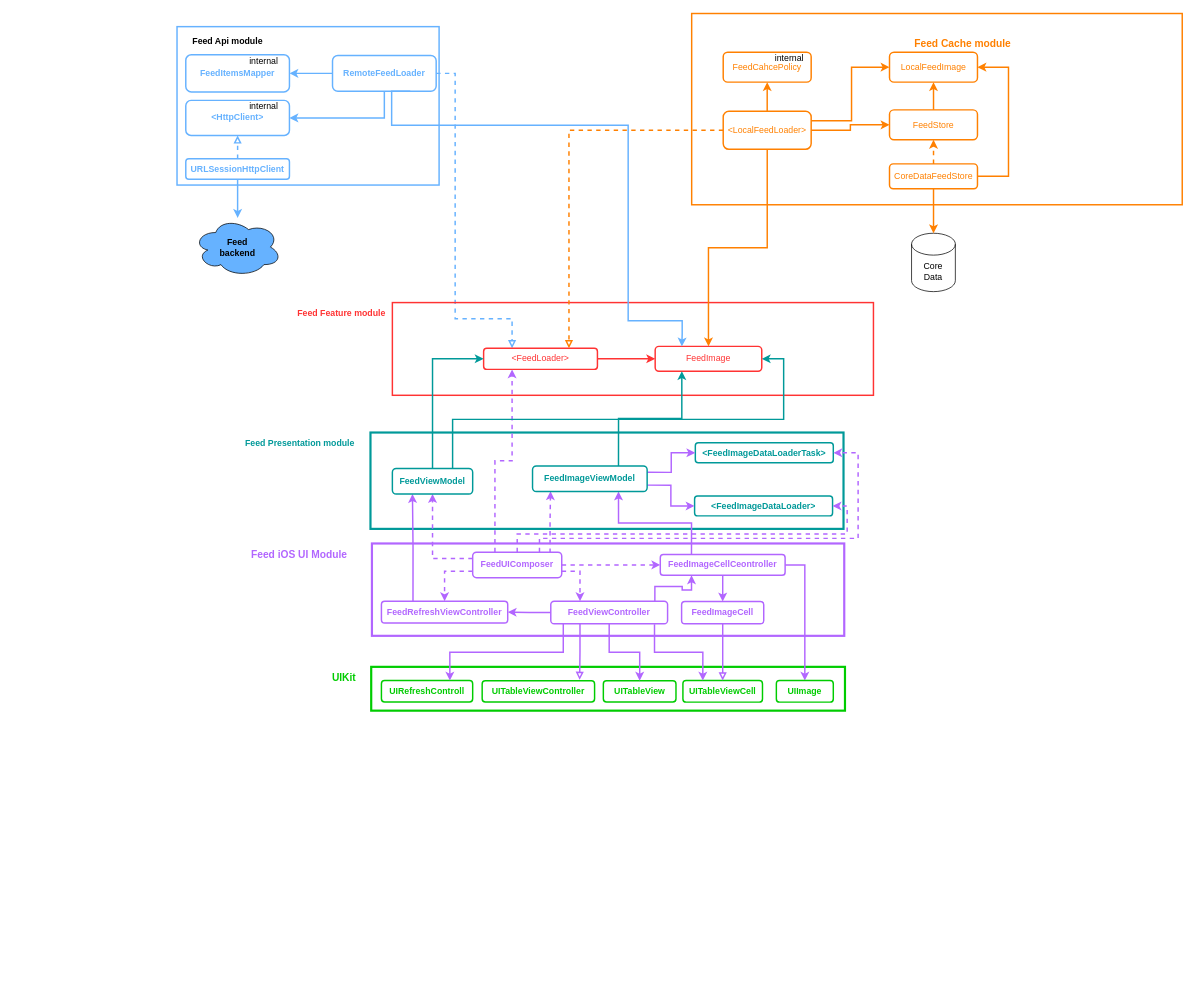
Above: FeedAppDiagram.drawio in ispiryan/FeedApp (draw.io), before the change. Source tidied: cells renumbered, new cells numbered last; positions are measured from the earlier drawing's top-left corner, leaving out a move shared by most shapes. Both pictures are drawn from the tidied source at 73%, with x=0, y=0 at pixel (177, 13).
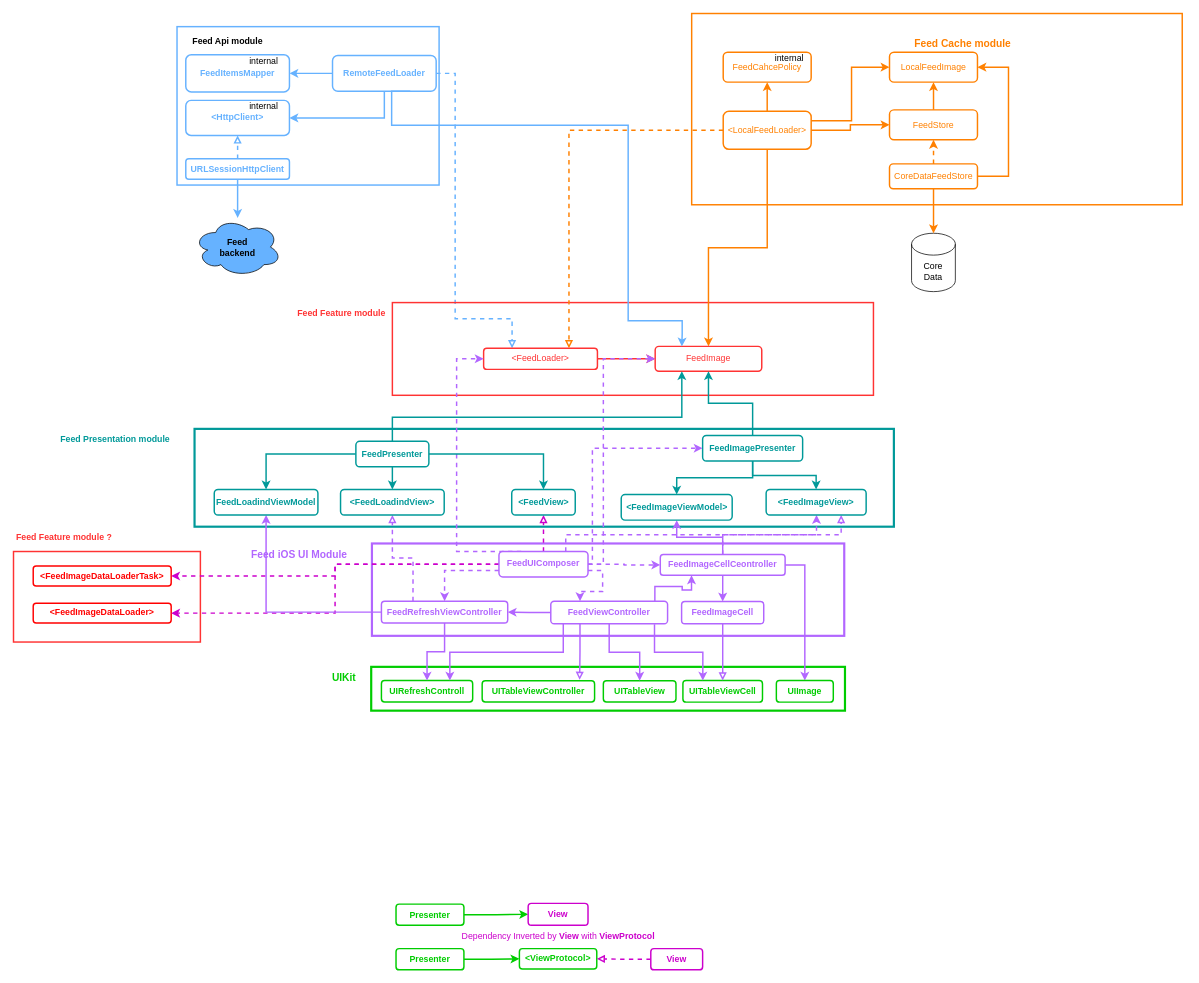
Above is the later version.

Unchanged cells that the change refers to:
```xml
<mxCell id="18" value="&amp;lt;FeedLoader&amp;gt;" style="rounded=1;whiteSpace=wrap;html=1;fontColor=#FF3333;strokeColor=#FF3333;strokeWidth=2;" parent="16" vertex="1">
  <mxGeometry x="125" y="62.5" width="155.9" height="29" as="geometry" />
</mxCell>
<mxCell id="19" value="FeedImage" style="rounded=1;whiteSpace=wrap;html=1;fontColor=#FF3333;strokeColor=#FF3333;strokeWidth=2;" parent="16" vertex="1">
  <mxGeometry x="360" y="60" width="146" height="34" as="geometry" />
</mxCell>
<mxCell id="44" value="UIRefreshControll" style="rounded=1;whiteSpace=wrap;html=1;fontColor=#00CC00;strokeColor=#00CC00;strokeWidth=2;fontStyle=1;" parent="1" vertex="1">
  <mxGeometry x="280" y="913.8" width="125" height="29.2" as="geometry" />
</mxCell>
<mxCell id="72" value="FeedRefreshViewController" style="rounded=1;whiteSpace=wrap;html=1;fontColor=#B266FF;strokeColor=#B266FF;strokeWidth=2;fontStyle=1;" parent="1" vertex="1">
  <mxGeometry x="280" y="805" width="173" height="30" as="geometry" />
</mxCell>
<mxCell id="76" value="&lt;font&gt;FeedImageCellCeontroller&lt;/font&gt;" style="rounded=1;whiteSpace=wrap;html=1;fontColor=#B266FF;strokeColor=#B266FF;strokeWidth=2;fontStyle=1;" parent="1" vertex="1">
  <mxGeometry x="662" y="741.1" width="171" height="28.5" as="geometry" />
</mxCell>
```

What changed in the source:
```diff
@@
+    <mxCell id="87" style="rounded=0;whiteSpace=wrap;html=1;strokeColor=#FF3333;strokeWidth=2;fontColor=#FF3333;fillColor=none;" parent="1" vertex="1">
+      <mxGeometry x="-224" y="737" width="256" height="124" as="geometry" />
+    </mxCell>
     <mxCell id="2" style="rounded=0;whiteSpace=wrap;html=1;strokeColor=#009999;fontColor=#B266FF;fillColor=none;strokeWidth=3;" parent="1" vertex="1">
-      <mxGeometry x="265" y="574" width="648" height="132" as="geometry" />
+      <mxGeometry x="24" y="569" width="958" height="134" as="geometry" />
     </mxCell>
@@
-    <mxCell id="53" value="&lt;font&gt;&amp;lt;FeedImageDataLoaderTask&amp;gt;&lt;/font&gt;" style="rounded=1;whiteSpace=wrap;html=1;fontColor=#009999;strokeColor=#009999;strokeWidth=2;fontStyle=1;" parent="1" vertex="1">
-      <mxGeometry x="710" y="588" width="189" height="27.5" as="geometry" />
+    <mxCell id="53" value="&lt;font&gt;&amp;lt;FeedImageDataLoaderTask&amp;gt;&lt;/font&gt;" style="rounded=1;whiteSpace=wrap;html=1;fontColor=#FF0000;strokeColor=#FF0000;strokeWidth=2;fontStyle=1;" parent="1" vertex="1">
+      <mxGeometry x="-197" y="756.8" width="189" height="27.5" as="geometry" />
     </mxCell>
-    <mxCell id="54" value="&lt;font&gt;&amp;lt;FeedImageDataLoader&amp;gt;&lt;/font&gt;" style="rounded=1;whiteSpace=wrap;html=1;fontColor=#009999;strokeColor=#009999;strokeWidth=2;fontStyle=1;" parent="1" vertex="1">
-      <mxGeometry x="709" y="661" width="189" height="27.2" as="geometry" />
+    <mxCell id="54" value="&lt;font&gt;&amp;lt;FeedImageDataLoader&amp;gt;&lt;/font&gt;" style="rounded=1;whiteSpace=wrap;html=1;fontColor=#FF0000;strokeColor=#FF0000;strokeWidth=2;fontStyle=1;" parent="1" vertex="1">
+      <mxGeometry x="-197" y="807.8" width="189" height="27.2" as="geometry" />
     </mxCell>
@@
-    <mxCell id="64" style="edgeStyle=orthogonalEdgeStyle;rounded=0;jettySize=auto;html=1;entryX=0.157;entryY=0.988;entryDx=0;entryDy=0;strokeColor=#B266FF;strokeWidth=2;fontColor=#009999;dashed=1;exitX=0.869;exitY=0.029;exitDx=0;exitDy=0;exitPerimeter=0;entryPerimeter=0;" parent="1" edge="1" source="70" target="81">
-      <mxGeometry relative="1" as="geometry" />
-    </mxCell>
@@
-    <mxCell id="66" style="edgeStyle=orthogonalEdgeStyle;rounded=0;jettySize=auto;html=1;entryX=0.5;entryY=1;entryDx=0;entryDy=0;strokeColor=#B266FF;strokeWidth=2;fontColor=#009999;exitX=0;exitY=0.25;exitDx=0;exitDy=0;dashed=1;" parent="1" edge="1" source="70" target="84">
-      <mxGeometry relative="1" as="geometry" />
-    </mxCell>
+    <mxCell id="69" style="edgeStyle=orthogonalEdgeStyle;rounded=0;jettySize=auto;html=1;entryX=0;entryY=0.5;entryDx=0;entryDy=0;strokeColor=#B266FF;strokeWidth=2;fontColor=#009999;dashed=1;exitX=0.25;exitY=0;exitDx=0;exitDy=0;" parent="1" edge="1" source="70" target="18">
+      <mxGeometry relative="1" as="geometry">
+        <Array as="points">
+          <mxPoint x="383" y="737" />
+          <mxPoint x="383" y="473" />
+        </Array>
+      </mxGeometry>
+    </mxCell>
+    <mxCell id="68" style="edgeStyle=orthogonalEdgeStyle;rounded=0;jettySize=auto;html=1;entryX=1;entryY=0.5;entryDx=0;entryDy=0;fontColor=#FF0000;strokeColor=#CC00CC;dashed=1;strokeWidth=2;" parent="1" edge="1" source="70" target="53">
+      <mxGeometry relative="1" as="geometry" />
+    </mxCell>
-    <mxCell id="67" style="edgeStyle=orthogonalEdgeStyle;rounded=0;jettySize=auto;html=1;entryX=1;entryY=0.5;entryDx=0;entryDy=0;strokeColor=#B266FF;strokeWidth=2;fontColor=#009999;exitX=0.5;exitY=0;exitDx=0;exitDy=0;dashed=1;" parent="1" edge="1" source="70" target="54">
+    <mxCell id="67" style="edgeStyle=orthogonalEdgeStyle;rounded=0;jettySize=auto;html=1;entryX=1;entryY=0.5;entryDx=0;entryDy=0;fontColor=#FF0000;dashed=1;strokeWidth=2;strokeColor=#CC00CC;" parent="1" edge="1" source="70" target="54">
       <mxGeometry relative="1" as="geometry" />
     </mxCell>
-    <mxCell id="68" style="edgeStyle=orthogonalEdgeStyle;rounded=0;jettySize=auto;html=1;entryX=1;entryY=0.5;entryDx=0;entryDy=0;dashed=1;strokeColor=#B266FF;strokeWidth=2;fontColor=#009999;exitX=0.75;exitY=0;exitDx=0;exitDy=0;" parent="1" edge="1" source="70" target="53">
-      <mxGeometry relative="1" as="geometry">
-        <Array as="points">
-          <mxPoint x="497" y="719" />
-          <mxPoint x="933" y="719" />
-          <mxPoint x="933" y="602" />
-        </Array>
-      </mxGeometry>
-    </mxCell>
-    <mxCell id="69" style="edgeStyle=orthogonalEdgeStyle;rounded=0;jettySize=auto;html=1;entryX=0.25;entryY=1;entryDx=0;entryDy=0;strokeColor=#B266FF;strokeWidth=2;fontColor=#009999;dashed=1;exitX=0.25;exitY=0;exitDx=0;exitDy=0;" parent="1" edge="1" source="70" target="18">
-      <mxGeometry relative="1" as="geometry" />
-    </mxCell>
+    <mxCell id="88" style="edgeStyle=orthogonalEdgeStyle;rounded=0;jettySize=auto;html=1;dashed=1;strokeColor=#CC00CC;strokeWidth=2;fontColor=#FF0000;endArrow=block;endFill=0;" parent="1" edge="1" source="70" target="107">
+      <mxGeometry relative="1" as="geometry" />
+    </mxCell>
+    <mxCell id="89" style="edgeStyle=orthogonalEdgeStyle;rounded=0;jettySize=auto;html=1;strokeColor=#B266FF;strokeWidth=2;fontColor=#FF0000;endArrow=classic;endFill=1;dashed=1;exitX=0.75;exitY=0;exitDx=0;exitDy=0;" parent="1" edge="1" source="70" target="120">
+      <mxGeometry relative="1" as="geometry">
+        <Array as="points">
+          <mxPoint x="533" y="714" />
+          <mxPoint x="876" y="714" />
+        </Array>
+      </mxGeometry>
+    </mxCell>
+    <mxCell id="90" style="edgeStyle=orthogonalEdgeStyle;rounded=0;jettySize=auto;html=1;dashed=1;strokeColor=#B266FF;strokeWidth=2;fontColor=#FF0000;endArrow=classic;endFill=1;" parent="1" edge="1" source="70" target="19">
+      <mxGeometry relative="1" as="geometry">
+        <Array as="points">
+          <mxPoint x="584" y="754" />
+          <mxPoint x="584" y="473" />
+        </Array>
+      </mxGeometry>
+    </mxCell>
+    <mxCell id="91" style="edgeStyle=orthogonalEdgeStyle;rounded=0;jettySize=auto;html=1;entryX=0;entryY=0.5;entryDx=0;entryDy=0;dashed=1;strokeColor=#B266FF;strokeWidth=2;fontColor=#FF0000;endArrow=classic;endFill=1;" parent="1" edge="1" source="70" target="118">
+      <mxGeometry relative="1" as="geometry">
+        <Array as="points">
+          <mxPoint x="569" y="754" />
+          <mxPoint x="569" y="596" />
+        </Array>
+      </mxGeometry>
+    </mxCell>
     <mxCell id="70" value="&lt;font&gt;FeedUIComposer&lt;/font&gt;" style="rounded=1;whiteSpace=wrap;html=1;fontColor=#B266FF;strokeColor=#B266FF;strokeWidth=2;fontStyle=1;" parent="1" vertex="1">
-      <mxGeometry x="405" y="738" width="122" height="34.8" as="geometry" />
+      <mxGeometry x="441" y="737" width="122" height="34.8" as="geometry" />
     </mxCell>
-    <mxCell id="71" style="edgeStyle=orthogonalEdgeStyle;rounded=0;jettySize=auto;html=1;entryX=0.25;entryY=1;entryDx=0;entryDy=0;strokeColor=#B266FF;strokeWidth=2;fontColor=#009999;exitX=0.25;exitY=0;exitDx=0;exitDy=0;" parent="1" edge="1" source="72" target="84">
-      <mxGeometry relative="1" as="geometry" />
-    </mxCell>
+    <mxCell id="92" style="edgeStyle=orthogonalEdgeStyle;rounded=0;jettySize=auto;html=1;strokeColor=#B266FF;strokeWidth=2;fontColor=#FF0000;endArrow=classic;endFill=1;" parent="1" edge="1" source="72" target="44">
+      <mxGeometry relative="1" as="geometry" />
+    </mxCell>
+    <mxCell id="93" style="edgeStyle=orthogonalEdgeStyle;rounded=0;jettySize=auto;html=1;strokeColor=#B266FF;strokeWidth=2;fontColor=#FF0000;endArrow=block;endFill=0;exitX=0.25;exitY=0;exitDx=0;exitDy=0;dashed=1;" parent="1" edge="1" source="72" target="113">
+      <mxGeometry relative="1" as="geometry" />
+    </mxCell>
+    <mxCell id="94" style="edgeStyle=orthogonalEdgeStyle;rounded=0;jettySize=auto;html=1;strokeColor=#B266FF;strokeWidth=2;fontColor=#FF0000;endArrow=classic;endFill=1;" parent="1" edge="1" source="72" target="114">
+      <mxGeometry relative="1" as="geometry" />
+    </mxCell>
@@
-    <mxCell id="75" style="edgeStyle=orthogonalEdgeStyle;rounded=0;jettySize=auto;html=1;entryX=0.75;entryY=1;entryDx=0;entryDy=0;strokeColor=#B266FF;strokeWidth=2;fontColor=#009999;exitX=0.25;exitY=0;exitDx=0;exitDy=0;" parent="1" edge="1" source="76" target="81">
-      <mxGeometry relative="1" as="geometry" />
-    </mxCell>
+    <mxCell id="95" style="edgeStyle=orthogonalEdgeStyle;rounded=0;jettySize=auto;html=1;strokeColor=#B266FF;strokeWidth=2;fontColor=#FF0000;endArrow=classic;endFill=1;" parent="1" edge="1" source="76" target="119">
+      <mxGeometry relative="1" as="geometry" />
+    </mxCell>
+    <mxCell id="96" style="edgeStyle=orthogonalEdgeStyle;rounded=0;jettySize=auto;html=1;entryX=0.75;entryY=1;entryDx=0;entryDy=0;strokeColor=#B266FF;strokeWidth=2;fontColor=#FF0000;endArrow=block;endFill=0;dashed=1;" parent="1" edge="1" source="76" target="120">
+      <mxGeometry relative="1" as="geometry" />
+    </mxCell>
@@
-    <mxCell id="78" style="edgeStyle=orthogonalEdgeStyle;rounded=0;jettySize=auto;html=1;entryX=0;entryY=0.5;entryDx=0;entryDy=0;strokeColor=#B266FF;strokeWidth=2;fontColor=#009999;exitX=1;exitY=0.25;exitDx=0;exitDy=0;" parent="1" edge="1" source="81" target="53">
-      <mxGeometry relative="1" as="geometry" />
-    </mxCell>
-    <mxCell id="79" style="edgeStyle=orthogonalEdgeStyle;rounded=0;jettySize=auto;html=1;entryX=0;entryY=0.5;entryDx=0;entryDy=0;strokeColor=#B266FF;strokeWidth=2;fontColor=#009999;exitX=1;exitY=0.75;exitDx=0;exitDy=0;" parent="1" edge="1" source="81" target="54">
-      <mxGeometry relative="1" as="geometry" />
-    </mxCell>
-    <mxCell id="80" style="edgeStyle=orthogonalEdgeStyle;rounded=0;jettySize=auto;html=1;entryX=0.25;entryY=1;entryDx=0;entryDy=0;strokeColor=#009999;strokeWidth=2;fontColor=#009999;exitX=0.75;exitY=0;exitDx=0;exitDy=0;" parent="1" edge="1" source="81" target="19">
-      <mxGeometry relative="1" as="geometry" />
-    </mxCell>
-    <mxCell id="81" value="&lt;font&gt;FeedImageViewModel&lt;/font&gt;" style="rounded=1;whiteSpace=wrap;html=1;fontColor=#009999;strokeColor=#009999;strokeWidth=2;fontStyle=1;" parent="1" vertex="1">
-      <mxGeometry x="487" y="619.8" width="157" height="35" as="geometry" />
-    </mxCell>
-    <mxCell id="82" style="edgeStyle=orthogonalEdgeStyle;rounded=0;jettySize=auto;html=1;strokeColor=#009999;strokeWidth=2;fontColor=#009999;exitX=0.75;exitY=0;exitDx=0;exitDy=0;" parent="1" edge="1" source="84" target="19">
-      <mxGeometry relative="1" as="geometry">
-        <Array as="points">
-          <mxPoint x="378" y="556" />
-          <mxPoint x="831" y="556" />
-        </Array>
-      </mxGeometry>
-    </mxCell>
-    <mxCell id="83" style="edgeStyle=orthogonalEdgeStyle;rounded=0;jettySize=auto;html=1;entryX=0;entryY=0.5;entryDx=0;entryDy=0;strokeColor=#009999;strokeWidth=2;fontColor=#009999;exitX=0.5;exitY=0;exitDx=0;exitDy=0;" parent="1" edge="1" source="84" target="18">
-      <mxGeometry relative="1" as="geometry" />
-    </mxCell>
-    <mxCell id="84" value="&lt;font&gt;FeedViewModel&lt;/font&gt;" style="rounded=1;whiteSpace=wrap;html=1;fontColor=#009999;strokeColor=#009999;strokeWidth=2;fontStyle=1;" parent="1" vertex="1">
-      <mxGeometry x="295" y="623.2" width="110" height="35" as="geometry" />
-    </mxCell>
@@
     <mxCell id="86" value="Feed Presentation module" style="text;html=1;strokeColor=none;fillColor=none;align=center;verticalAlign=middle;whiteSpace=wrap;rounded=0;fontColor=#009999;fontStyle=1;" parent="1" vertex="1">
-      <mxGeometry x="84" y="574" width="169" height="30" as="geometry" />
+      <mxGeometry x="-169" y="569" width="169" height="30" as="geometry" />
     </mxCell>
+    <mxCell id="97" style="edgeStyle=orthogonalEdgeStyle;rounded=0;jettySize=auto;html=1;strokeColor=#00CC00;strokeWidth=2;" parent="1" edge="1" source="98" target="99">
+      <mxGeometry relative="1" as="geometry" />
+    </mxCell>
+    <mxCell id="98" value="Presenter" style="rounded=1;whiteSpace=wrap;html=1;fontColor=#00CC00;strokeColor=#00CC00;strokeWidth=2;fontStyle=1;" parent="1" vertex="1">
+      <mxGeometry x="300" y="1281" width="93" height="29" as="geometry" />
+    </mxCell>
+    <mxCell id="99" value="&amp;lt;ViewProtocol&amp;gt;" style="rounded=1;whiteSpace=wrap;html=1;fontColor=#00CC00;strokeColor=#00CC00;strokeWidth=2;fontStyle=1;" parent="1" vertex="1">
+      <mxGeometry x="469" y="1281" width="106" height="28" as="geometry" />
+    </mxCell>
+    <mxCell id="100" style="edgeStyle=orthogonalEdgeStyle;rounded=0;jettySize=auto;html=1;strokeColor=#00CC00;strokeWidth=2;" parent="1" edge="1" source="101" target="102">
+      <mxGeometry relative="1" as="geometry" />
+    </mxCell>
+    <mxCell id="101" value="Presenter" style="rounded=1;whiteSpace=wrap;html=1;fontColor=#00CC00;strokeColor=#00CC00;strokeWidth=2;fontStyle=1;" parent="1" vertex="1">
+      <mxGeometry x="300" y="1220" width="93" height="29" as="geometry" />
+    </mxCell>
+    <mxCell id="102" value="View" style="rounded=1;whiteSpace=wrap;html=1;fontColor=#CC00CC;strokeColor=#CC00CC;strokeWidth=2;fontStyle=1;" parent="1" vertex="1">
+      <mxGeometry x="481" y="1219" width="82" height="30" as="geometry" />
+    </mxCell>
+    <mxCell id="103" style="edgeStyle=orthogonalEdgeStyle;rounded=0;jettySize=auto;html=1;strokeColor=#CC00CC;strokeWidth=2;fontColor=#CC00CC;dashed=1;endArrow=block;endFill=0;" parent="1" edge="1" source="104" target="99">
+      <mxGeometry relative="1" as="geometry" />
+    </mxCell>
+    <mxCell id="104" value="View" style="rounded=1;whiteSpace=wrap;html=1;fontColor=#CC00CC;strokeColor=#CC00CC;strokeWidth=2;fontStyle=1;" parent="1" vertex="1">
+      <mxGeometry x="649" y="1281" width="71" height="29" as="geometry" />
+    </mxCell>
+    <mxCell id="105" value="Dependency Inverted by &lt;b&gt;View&lt;/b&gt;&amp;nbsp;with &lt;b&gt;ViewProtocol&lt;/b&gt;" style="text;html=1;align=center;verticalAlign=middle;strokeColor=none;fillColor=none;fontColor=#CC00CC;" parent="1" vertex="1">
+      <mxGeometry x="381" y="1251" width="282" height="26" as="geometry" />
+    </mxCell>
+    <mxCell id="106" value="Feed Feature module ?" style="text;html=1;strokeColor=none;fillColor=none;align=center;verticalAlign=middle;whiteSpace=wrap;rounded=0;fontColor=#FF3333;fontStyle=1;" parent="1" vertex="1">
+      <mxGeometry x="-224" y="703" width="139.3" height="30" as="geometry" />
+    </mxCell>
+    <mxCell id="107" value="&lt;font&gt;&amp;lt;FeedView&amp;gt;&lt;/font&gt;" style="rounded=1;whiteSpace=wrap;html=1;fontColor=#009999;strokeColor=#009999;strokeWidth=2;fontStyle=1;" parent="1" vertex="1">
+      <mxGeometry x="458.5" y="652" width="87" height="35" as="geometry" />
+    </mxCell>
+    <mxCell id="108" style="edgeStyle=orthogonalEdgeStyle;rounded=0;jettySize=auto;html=1;entryX=0.5;entryY=0;entryDx=0;entryDy=0;strokeColor=#009999;strokeWidth=2;fontColor=#FF0000;endArrow=classic;endFill=1;" parent="1" edge="1" source="112" target="114">
+      <mxGeometry relative="1" as="geometry" />
+    </mxCell>
+    <mxCell id="109" style="edgeStyle=orthogonalEdgeStyle;rounded=0;jettySize=auto;html=1;strokeColor=#009999;strokeWidth=2;fontColor=#FF0000;endArrow=classic;endFill=1;" parent="1" edge="1" source="112" target="107">
+      <mxGeometry relative="1" as="geometry" />
+    </mxCell>
+    <mxCell id="110" style="edgeStyle=orthogonalEdgeStyle;rounded=0;jettySize=auto;html=1;strokeColor=#009999;strokeWidth=2;fontColor=#FF0000;endArrow=classic;endFill=1;" parent="1" edge="1" source="112" target="113">
+      <mxGeometry relative="1" as="geometry" />
+    </mxCell>
+    <mxCell id="111" style="edgeStyle=orthogonalEdgeStyle;rounded=0;jettySize=auto;html=1;entryX=0.25;entryY=1;entryDx=0;entryDy=0;strokeColor=#009999;strokeWidth=2;fontColor=#FF0000;endArrow=classic;endFill=1;" parent="1" edge="1" source="112" target="19">
+      <mxGeometry relative="1" as="geometry">
+        <Array as="points">
+          <mxPoint x="295" y="553" />
+          <mxPoint x="692" y="553" />
+        </Array>
+      </mxGeometry>
+    </mxCell>
+    <mxCell id="112" value="FeedPresenter" style="rounded=1;whiteSpace=wrap;html=1;fontColor=#009999;strokeColor=#009999;strokeWidth=2;fontStyle=1;" parent="1" vertex="1">
+      <mxGeometry x="245" y="586" width="100" height="35" as="geometry" />
+    </mxCell>
+    <mxCell id="113" value="&amp;lt;FeedLoadindView&amp;gt;" style="rounded=1;whiteSpace=wrap;html=1;fontColor=#009999;strokeColor=#009999;strokeWidth=2;fontStyle=1;" parent="1" vertex="1">
+      <mxGeometry x="224" y="652" width="142" height="35" as="geometry" />
+    </mxCell>
+    <mxCell id="114" value="FeedLoadindViewModel" style="rounded=1;whiteSpace=wrap;html=1;fontColor=#009999;strokeColor=#009999;strokeWidth=2;fontStyle=1;" parent="1" vertex="1">
+      <mxGeometry x="51" y="652" width="142" height="35" as="geometry" />
+    </mxCell>
+    <mxCell id="115" style="edgeStyle=orthogonalEdgeStyle;rounded=0;jettySize=auto;html=1;strokeColor=#009999;strokeWidth=2;fontColor=#FF0000;endArrow=classic;endFill=1;" parent="1" edge="1" source="118" target="120">
+      <mxGeometry relative="1" as="geometry" />
+    </mxCell>
+    <mxCell id="116" style="edgeStyle=orthogonalEdgeStyle;rounded=0;jettySize=auto;html=1;strokeColor=#009999;strokeWidth=2;fontColor=#FF0000;endArrow=classic;endFill=1;" parent="1" edge="1" source="118" target="119">
+      <mxGeometry relative="1" as="geometry" />
+    </mxCell>
+    <mxCell id="117" style="edgeStyle=orthogonalEdgeStyle;rounded=0;jettySize=auto;html=1;strokeColor=#009999;strokeWidth=2;fontColor=#FF0000;endArrow=classic;endFill=1;" parent="1" edge="1" source="118" target="19">
+      <mxGeometry relative="1" as="geometry" />
+    </mxCell>
+    <mxCell id="118" value="FeedImagePresenter" style="rounded=1;whiteSpace=wrap;html=1;fontColor=#009999;strokeColor=#009999;strokeWidth=2;fontStyle=1;" parent="1" vertex="1">
+      <mxGeometry x="720" y="578" width="137" height="35" as="geometry" />
+    </mxCell>
+    <mxCell id="119" value="&amp;lt;FeedImageViewModel&amp;gt;" style="rounded=1;whiteSpace=wrap;html=1;fontColor=#009999;strokeColor=#009999;strokeWidth=2;fontStyle=1;" parent="1" vertex="1">
+      <mxGeometry x="608.5" y="659" width="152" height="35" as="geometry" />
+    </mxCell>
+    <mxCell id="120" value="&amp;lt;FeedImageView&amp;gt;" style="rounded=1;whiteSpace=wrap;html=1;fontColor=#009999;strokeColor=#009999;strokeWidth=2;fontStyle=1;" parent="1" vertex="1">
+      <mxGeometry x="807" y="652" width="137" height="35" as="geometry" />
+    </mxCell>
```
